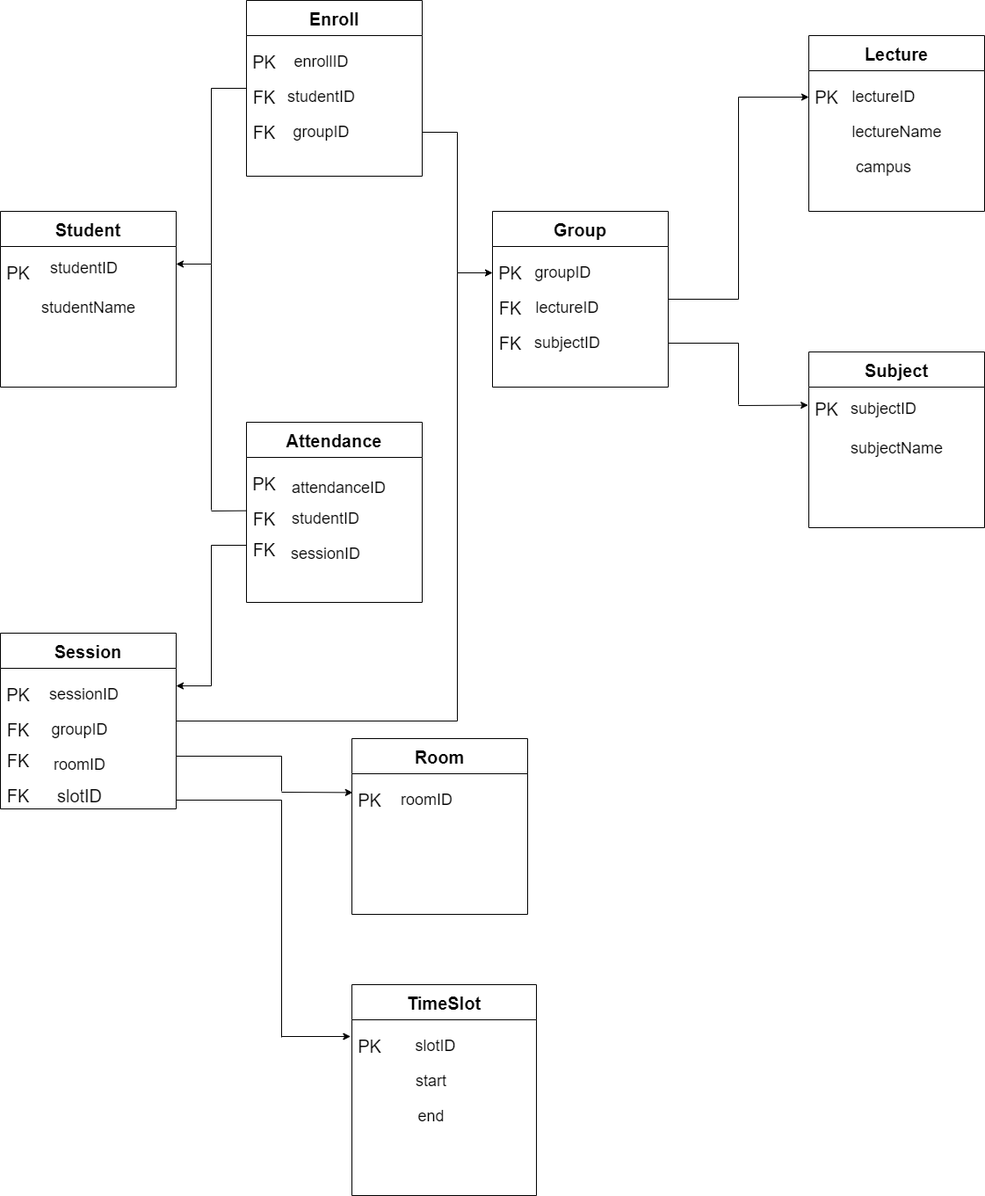
The draw.io diagram document/DBI.drawio.png in dungdt23/PRJ301_MyAssignment, before a commit. Source tidied: cells renumbered, new cells last; positions are measured from the earlier drawing's top-left corner, leaving out a move shared by most shapes.
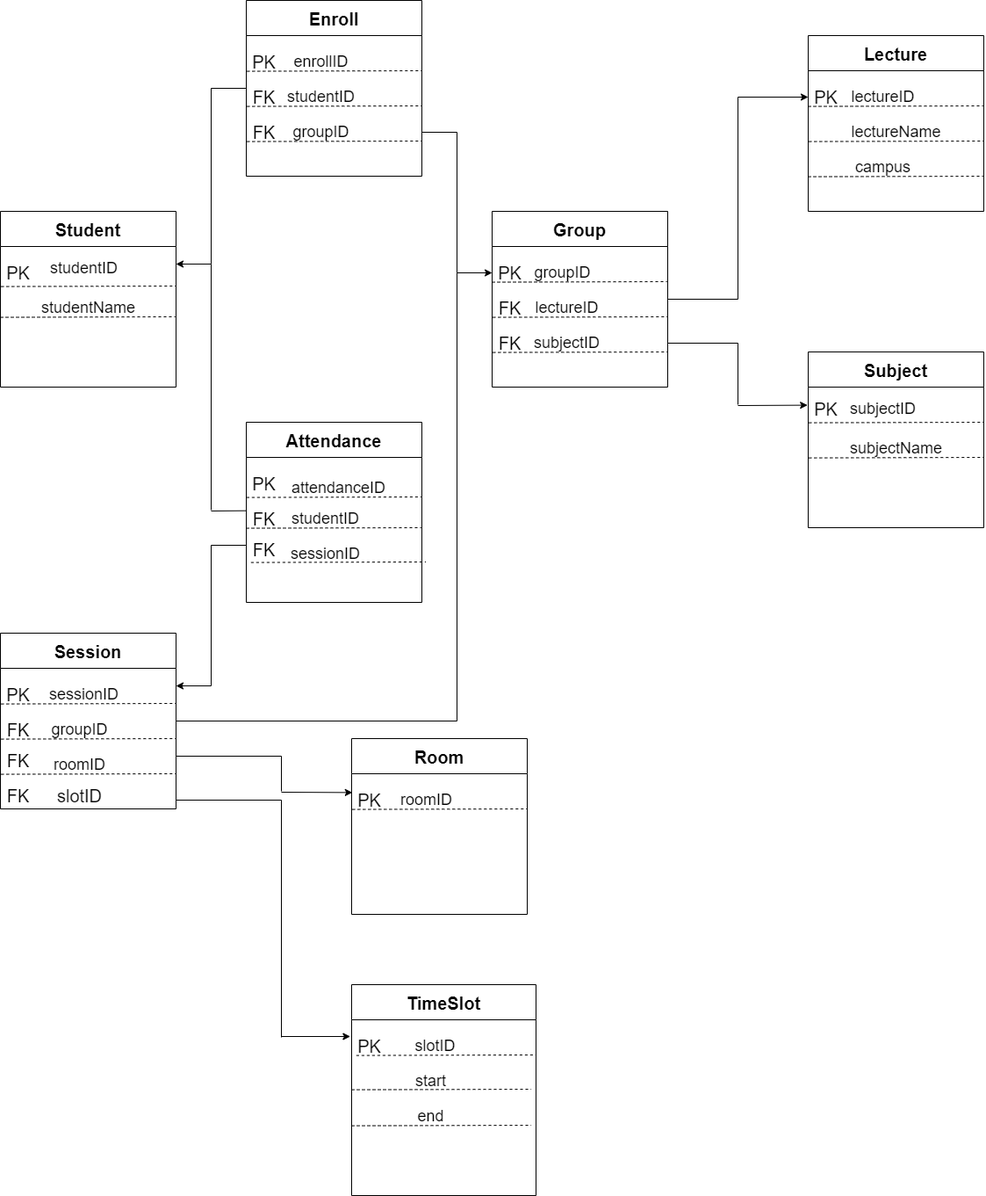
After the commit.

Change to the diagram source:
```diff
@@ -14,6 +14,18 @@
     <mxCell id="5" value="PK" style="text;html=1;align=center;verticalAlign=middle;strokeColor=none;fillColor=none;fontSize=20;" parent="2" vertex="1">
       <mxGeometry y="55" width="40" height="30" as="geometry" />
     </mxCell>
+    <mxCell id="80" style="endArrow=none;dashed=1;html=1;rounded=0;fontSize=18;exitX=0.02;exitY=0.853;exitDx=0;exitDy=0;exitPerimeter=0;" parent="2" edge="1">
+      <mxGeometry relative="1" as="geometry">
+        <mxPoint x="0.8" y="85.6" as="sourcePoint" />
+        <mxPoint x="200" y="85" as="targetPoint" />
+      </mxGeometry>
+    </mxCell>
+    <mxCell id="81" style="endArrow=none;dashed=1;html=1;rounded=0;fontSize=18;exitX=0.02;exitY=0.853;exitDx=0;exitDy=0;exitPerimeter=0;" parent="2" edge="1">
+      <mxGeometry relative="1" as="geometry">
+        <mxPoint y="120.6" as="sourcePoint" />
+        <mxPoint x="199.2" y="120" as="targetPoint" />
+      </mxGeometry>
+    </mxCell>
     <mxCell id="6" value="Group" style="swimlane;startSize=40;fontSize=20;" parent="1" vertex="1">
       <mxGeometry x="560" y="240" width="200" height="200" as="geometry" />
     </mxCell>
@@ -35,6 +47,24 @@
     <mxCell id="12" value="FK" style="text;html=1;align=center;verticalAlign=middle;strokeColor=none;fillColor=none;fontSize=20;" parent="6" vertex="1">
       <mxGeometry y="135" width="40" height="30" as="geometry" />
     </mxCell>
+    <mxCell id="82" style="endArrow=none;dashed=1;html=1;rounded=0;fontSize=18;exitX=0.02;exitY=0.853;exitDx=0;exitDy=0;exitPerimeter=0;" parent="6" edge="1">
+      <mxGeometry relative="1" as="geometry">
+        <mxPoint y="80.6" as="sourcePoint" />
+        <mxPoint x="199.2" y="80" as="targetPoint" />
+      </mxGeometry>
+    </mxCell>
+    <mxCell id="83" style="endArrow=none;dashed=1;html=1;rounded=0;fontSize=18;exitX=0.02;exitY=0.853;exitDx=0;exitDy=0;exitPerimeter=0;" parent="6" edge="1">
+      <mxGeometry relative="1" as="geometry">
+        <mxPoint x="0.8" y="120.6" as="sourcePoint" />
+        <mxPoint x="200" y="120" as="targetPoint" />
+      </mxGeometry>
+    </mxCell>
+    <mxCell id="84" style="endArrow=none;dashed=1;html=1;rounded=0;fontSize=18;exitX=0.02;exitY=0.853;exitDx=0;exitDy=0;exitPerimeter=0;" parent="6" edge="1">
+      <mxGeometry relative="1" as="geometry">
+        <mxPoint x="0.8" y="160.6" as="sourcePoint" />
+        <mxPoint x="200" y="160" as="targetPoint" />
+      </mxGeometry>
+    </mxCell>
     <mxCell id="13" value="Enroll" style="swimlane;startSize=40;fontSize=20;" parent="1" vertex="1">
       <mxGeometry x="280" width="200" height="200" as="geometry" />
     </mxCell>
@@ -56,6 +86,18 @@
     <mxCell id="19" value="&lt;font style=&quot;font-size: 18px;&quot;&gt;enrollID&lt;/font&gt;" style="text;html=1;align=center;verticalAlign=middle;strokeColor=none;fillColor=none;" parent="13" vertex="1">
       <mxGeometry x="45" y="60" width="80" height="20" as="geometry" />
     </mxCell>
+    <mxCell id="85" style="endArrow=none;dashed=1;html=1;rounded=0;fontSize=18;exitX=0.02;exitY=0.853;exitDx=0;exitDy=0;exitPerimeter=0;" parent="13" edge="1">
+      <mxGeometry relative="1" as="geometry">
+        <mxPoint x="0.8" y="120.6" as="sourcePoint" />
+        <mxPoint x="200" y="120" as="targetPoint" />
+      </mxGeometry>
+    </mxCell>
+    <mxCell id="86" style="endArrow=none;dashed=1;html=1;rounded=0;fontSize=18;exitX=0.02;exitY=0.853;exitDx=0;exitDy=0;exitPerimeter=0;" parent="13" edge="1">
+      <mxGeometry relative="1" as="geometry">
+        <mxPoint x="0.8" y="160.6" as="sourcePoint" />
+        <mxPoint x="200" y="160" as="targetPoint" />
+      </mxGeometry>
+    </mxCell>
     <mxCell id="20" style="endArrow=none;html=1;rounded=0;fontSize=20;" parent="1" edge="1">
       <mxGeometry relative="1" as="geometry">
         <mxPoint x="240" y="300" as="sourcePoint" />
@@ -108,6 +150,24 @@
     <mxCell id="31" value="&lt;font style=&quot;font-size: 18px;&quot;&gt;campus&lt;/font&gt;" style="text;html=1;align=center;verticalAlign=middle;strokeColor=none;fillColor=none;" parent="26" vertex="1">
       <mxGeometry x="45" y="140" width="80" height="20" as="geometry" />
     </mxCell>
+    <mxCell id="87" style="endArrow=none;dashed=1;html=1;rounded=0;fontSize=18;exitX=0.02;exitY=0.853;exitDx=0;exitDy=0;exitPerimeter=0;" parent="26" edge="1">
+      <mxGeometry relative="1" as="geometry">
+        <mxPoint y="80.6" as="sourcePoint" />
+        <mxPoint x="199.2" y="80" as="targetPoint" />
+      </mxGeometry>
+    </mxCell>
+    <mxCell id="88" style="endArrow=none;dashed=1;html=1;rounded=0;fontSize=18;exitX=0.02;exitY=0.853;exitDx=0;exitDy=0;exitPerimeter=0;" parent="26" edge="1">
+      <mxGeometry relative="1" as="geometry">
+        <mxPoint x="0.8" y="120.6" as="sourcePoint" />
+        <mxPoint x="200" y="120" as="targetPoint" />
+      </mxGeometry>
+    </mxCell>
+    <mxCell id="89" style="endArrow=none;dashed=1;html=1;rounded=0;fontSize=18;exitX=0.02;exitY=0.853;exitDx=0;exitDy=0;exitPerimeter=0;" parent="26" edge="1">
+      <mxGeometry relative="1" as="geometry">
+        <mxPoint y="160.6" as="sourcePoint" />
+        <mxPoint x="199.2" y="160" as="targetPoint" />
+      </mxGeometry>
+    </mxCell>
     <mxCell id="32" style="endArrow=none;html=1;rounded=0;fontSize=20;" parent="1" edge="1">
       <mxGeometry relative="1" as="geometry">
         <mxPoint x="840" y="340" as="sourcePoint" />
@@ -136,6 +196,18 @@
     <mxCell id="38" value="PK" style="text;html=1;align=center;verticalAlign=middle;points=[];strokeColor=none;fillColor=none;fontSize=20;" parent="35" vertex="1">
       <mxGeometry y="50" width="40" height="30" as="geometry" />
     </mxCell>
+    <mxCell id="90" style="endArrow=none;dashed=1;html=1;rounded=0;fontSize=18;exitX=0.02;exitY=0.853;exitDx=0;exitDy=0;exitPerimeter=0;" parent="35" edge="1">
+      <mxGeometry relative="1" as="geometry">
+        <mxPoint x="0.8" y="80.6" as="sourcePoint" />
+        <mxPoint x="200" y="80" as="targetPoint" />
+      </mxGeometry>
+    </mxCell>
+    <mxCell id="91" style="endArrow=none;dashed=1;html=1;rounded=0;fontSize=18;exitX=0.02;exitY=0.853;exitDx=0;exitDy=0;exitPerimeter=0;" parent="35" edge="1">
+      <mxGeometry relative="1" as="geometry">
+        <mxPoint x="0.8" y="120.6" as="sourcePoint" />
+        <mxPoint x="200" y="120" as="targetPoint" />
+      </mxGeometry>
+    </mxCell>
     <mxCell id="39" style="endArrow=classic;html=1;rounded=0;fontSize=20;entryX=-0.02;entryY=0.353;entryDx=0;entryDy=0;entryPerimeter=0;" parent="1" edge="1" target="38">
       <mxGeometry relative="1" as="geometry">
         <mxPoint x="840" y="461" as="sourcePoint" />
@@ -161,6 +233,12 @@
     <mxCell id="44" value="PK" style="text;html=1;align=center;verticalAlign=middle;points=[];strokeColor=none;fillColor=none;fontSize=20;" parent="42" vertex="1">
       <mxGeometry y="55" width="40" height="30" as="geometry" />
     </mxCell>
+    <mxCell id="92" style="endArrow=none;dashed=1;html=1;rounded=0;fontSize=18;exitX=0.02;exitY=0.853;exitDx=0;exitDy=0;exitPerimeter=0;" parent="42" edge="1">
+      <mxGeometry relative="1" as="geometry">
+        <mxPoint x="0.8" y="80.6" as="sourcePoint" />
+        <mxPoint x="200" y="80" as="targetPoint" />
+      </mxGeometry>
+    </mxCell>
     <mxCell id="45" value="TimeSlot" style="swimlane;startSize=40;fontSize=20;" parent="1" vertex="1">
       <mxGeometry x="400" y="1120" width="210" height="240" as="geometry" />
     </mxCell>
@@ -176,6 +254,24 @@
     <mxCell id="49" value="&lt;font style=&quot;font-size: 18px;&quot;&gt;end&lt;/font&gt;" style="text;html=1;align=center;verticalAlign=middle;strokeColor=none;fillColor=none;" parent="45" vertex="1">
       <mxGeometry x="65" y="140" width="50" height="20" as="geometry" />
     </mxCell>
+    <mxCell id="93" style="endArrow=none;dashed=1;html=1;rounded=0;fontSize=18;exitX=0.02;exitY=0.853;exitDx=0;exitDy=0;exitPerimeter=0;" parent="45" edge="1">
+      <mxGeometry relative="1" as="geometry">
+        <mxPoint x="5.4" y="80.6" as="sourcePoint" />
+        <mxPoint x="210" y="80" as="targetPoint" />
+      </mxGeometry>
+    </mxCell>
+    <mxCell id="94" style="endArrow=none;dashed=1;html=1;rounded=0;fontSize=18;exitX=0.02;exitY=0.853;exitDx=0;exitDy=0;exitPerimeter=0;" parent="45" edge="1">
+      <mxGeometry relative="1" as="geometry">
+        <mxPoint y="119.6" as="sourcePoint" />
+        <mxPoint x="204.6" y="119" as="targetPoint" />
+      </mxGeometry>
+    </mxCell>
+    <mxCell id="95" style="endArrow=none;dashed=1;html=1;rounded=0;fontSize=18;exitX=0.02;exitY=0.853;exitDx=0;exitDy=0;exitPerimeter=0;" parent="45" edge="1">
+      <mxGeometry relative="1" as="geometry">
+        <mxPoint y="160.6" as="sourcePoint" />
+        <mxPoint x="204.6" y="160" as="targetPoint" />
+      </mxGeometry>
+    </mxCell>
     <mxCell id="50" value="Session" style="swimlane;startSize=40;fontSize=20;" parent="1" vertex="1">
       <mxGeometry y="720" width="200" height="200" as="geometry" />
     </mxCell>
@@ -203,6 +299,24 @@
     <mxCell id="58" value="FK" style="text;html=1;align=center;verticalAlign=middle;strokeColor=none;fillColor=none;fontSize=20;" parent="50" vertex="1">
       <mxGeometry y="170" width="40" height="30" as="geometry" />
     </mxCell>
+    <mxCell id="96" style="endArrow=none;dashed=1;html=1;rounded=0;fontSize=18;exitX=0.02;exitY=0.853;exitDx=0;exitDy=0;exitPerimeter=0;" parent="50" edge="1">
+      <mxGeometry relative="1" as="geometry">
+        <mxPoint x="0.8" y="80.6" as="sourcePoint" />
+        <mxPoint x="200" y="80" as="targetPoint" />
+      </mxGeometry>
+    </mxCell>
+    <mxCell id="97" style="endArrow=none;dashed=1;html=1;rounded=0;fontSize=18;exitX=0.02;exitY=0.853;exitDx=0;exitDy=0;exitPerimeter=0;" parent="50" edge="1">
+      <mxGeometry relative="1" as="geometry">
+        <mxPoint x="0.8" y="120.6" as="sourcePoint" />
+        <mxPoint x="200" y="120" as="targetPoint" />
+      </mxGeometry>
+    </mxCell>
+    <mxCell id="98" style="endArrow=none;dashed=1;html=1;rounded=0;fontSize=18;exitX=0.02;exitY=0.853;exitDx=0;exitDy=0;exitPerimeter=0;" parent="50" edge="1">
+      <mxGeometry relative="1" as="geometry">
+        <mxPoint x="0.8" y="160.6" as="sourcePoint" />
+        <mxPoint x="200" y="160" as="targetPoint" />
+      </mxGeometry>
+    </mxCell>
     <mxCell id="59" style="endArrow=classic;html=1;rounded=0;fontSize=20;entryX=-0.04;entryY=0.133;entryDx=0;entryDy=0;entryPerimeter=0;" parent="1" edge="1" target="48">
       <mxGeometry relative="1" as="geometry">
         <mxPoint x="320" y="1179" as="sourcePoint" />
@@ -252,6 +366,24 @@
     <mxCell id="70" value="FK" style="text;html=1;align=center;verticalAlign=middle;strokeColor=none;fillColor=none;fontSize=20;" parent="64" vertex="1">
       <mxGeometry y="130" width="40" height="30" as="geometry" />
     </mxCell>
+    <mxCell id="99" style="endArrow=none;dashed=1;html=1;rounded=0;fontSize=18;exitX=0.02;exitY=0.853;exitDx=0;exitDy=0;exitPerimeter=0;" parent="64" edge="1">
+      <mxGeometry relative="1" as="geometry">
+        <mxPoint x="0.4" y="85.6" as="sourcePoint" />
+        <mxPoint x="199.6" y="85" as="targetPoint" />
+      </mxGeometry>
+    </mxCell>
+    <mxCell id="100" style="endArrow=none;dashed=1;html=1;rounded=0;fontSize=18;exitX=0.02;exitY=0.853;exitDx=0;exitDy=0;exitPerimeter=0;" parent="64" edge="1">
+      <mxGeometry relative="1" as="geometry">
+        <mxPoint y="120.6" as="sourcePoint" />
+        <mxPoint x="199.2" y="120" as="targetPoint" />
+      </mxGeometry>
+    </mxCell>
+    <mxCell id="101" style="endArrow=none;dashed=1;html=1;rounded=0;fontSize=18;exitX=0.02;exitY=0.853;exitDx=0;exitDy=0;exitPerimeter=0;" parent="64" edge="1">
+      <mxGeometry relative="1" as="geometry">
+        <mxPoint x="5.4" y="159.6" as="sourcePoint" />
+        <mxPoint x="204.6" y="159" as="targetPoint" />
+      </mxGeometry>
+    </mxCell>
     <mxCell id="71" style="endArrow=none;html=1;rounded=0;fontSize=20;exitX=1;exitY=0.5;exitDx=0;exitDy=0;" parent="1" edge="1" source="50">
       <mxGeometry relative="1" as="geometry">
         <mxPoint x="520" y="820" as="targetPoint" />
@@ -304,5 +436,10 @@
         <mxPoint x="240" y="300" as="targetPoint" />
       </mxGeometry>
     </mxCell>
+    <mxCell id="102" style="endArrow=none;dashed=1;html=1;rounded=0;fontSize=18;exitX=0.02;exitY=0.853;exitDx=0;exitDy=0;exitPerimeter=0;" parent="1" edge="1" source="18">
+      <mxGeometry relative="1" as="geometry">
+        <mxPoint x="480" y="80" as="targetPoint" />
+      </mxGeometry>
+    </mxCell>
   </root>
 </mxGraphModel>
```
